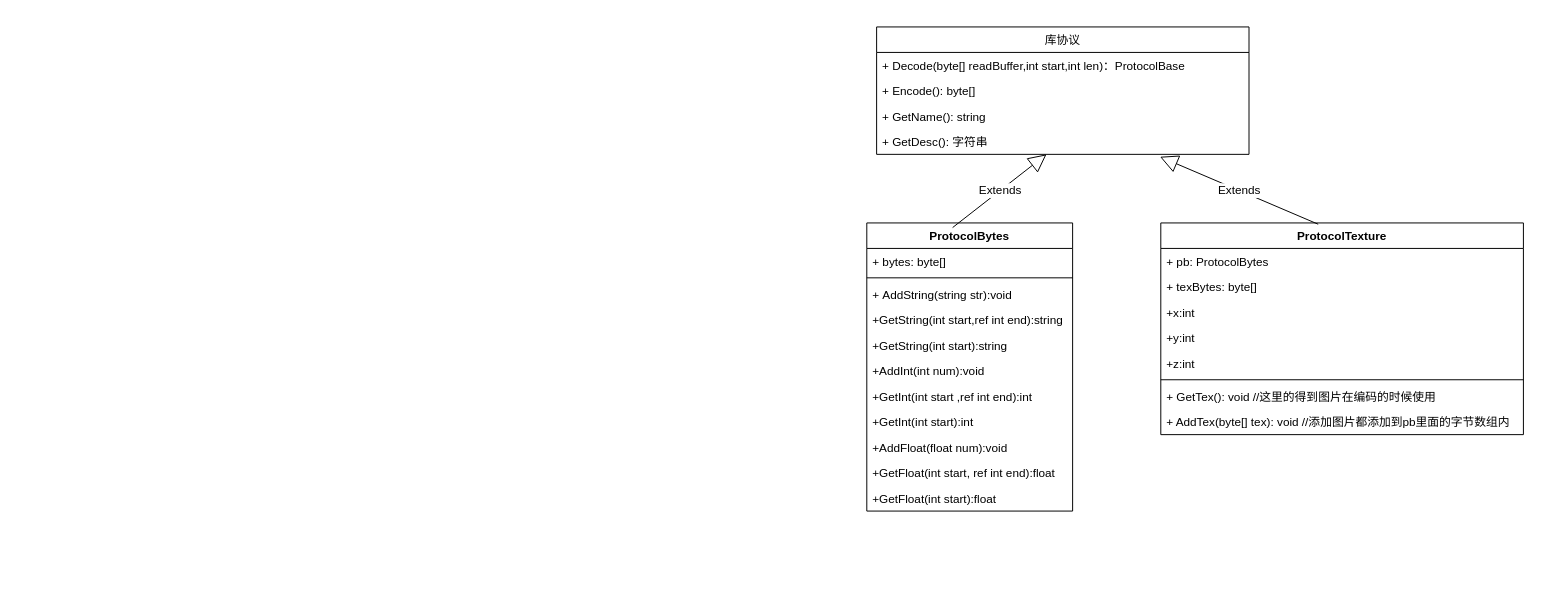
Earlier version of the draw.io diagram Untitled Diagram.drawio (UNANSWANG/Temp). Source tidied: cells renumbered, new cells numbered last; positions are measured from the earlier drawing's top-left corner, leaving out a move shared by most shapes. Both pictures are drawn from the tidied source at 98%, with x=0, y=0 at pixel (866, 26).
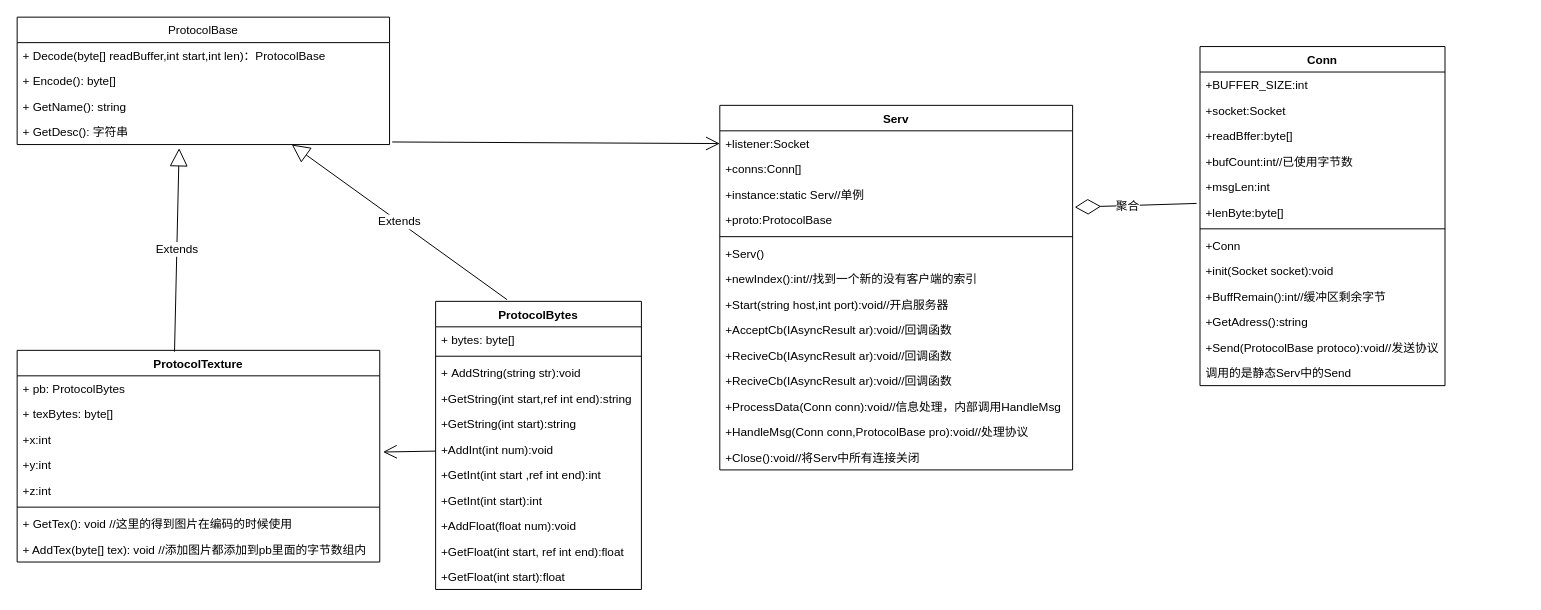
The same diagram, later.

The change refers to these unchanged cells:
```xml
<mxCell id="6" value="+ GetDesc(): 字符串" style="text;strokeColor=none;fillColor=none;align=left;verticalAlign=top;spacingLeft=4;spacingRight=4;overflow=hidden;points=[[0,0.5],[1,0.5]];portConstraint=eastwest;" parent="2" vertex="1">
  <mxGeometry y="104" width="380" height="26" as="geometry" />
</mxCell>
<mxCell id="13" value="+AddInt(int num):void" style="text;strokeColor=none;fillColor=none;align=left;verticalAlign=top;spacingLeft=4;spacingRight=4;overflow=hidden;points=[[0,0.5],[1,0.5]];portConstraint=eastwest;labelBackgroundColor=default;fontFamily=Helvetica;fontSize=12;fontColor=default;" parent="7" vertex="1">
  <mxGeometry y="138" width="210" height="26" as="geometry" />
</mxCell>
<mxCell id="24" value="+y:int" style="text;strokeColor=none;fillColor=none;align=left;verticalAlign=top;spacingLeft=4;spacingRight=4;overflow=hidden;points=[[0,0.5],[1,0.5]];portConstraint=eastwest;labelBackgroundColor=default;fontFamily=Helvetica;fontSize=12;fontColor=default;" parent="20" vertex="1">
  <mxGeometry y="104" width="370" height="26" as="geometry" />
</mxCell>
```

The edit, as a diff of the source:
```diff
@@
-    <mxCell id="2" value="库协议" style="swimlane;fontStyle=0;horizontal=1;startSize=26;fillColor=none;direction=east;" parent="1" vertex="1">
-      <mxGeometry x="10" width="380" height="130" as="geometry" />
+    <mxCell id="2" value="ProtocolBase" style="swimlane;fontStyle=0;horizontal=1;startSize=26;fillColor=none;direction=east;" parent="1" vertex="1">
+      <mxGeometry x="-867" y="-10" width="380" height="130" as="geometry" />
     </mxCell>
@@
     <mxCell id="7" value="ProtocolBytes" style="swimlane;fontStyle=1;align=center;verticalAlign=top;horizontal=1;startSize=26;labelBackgroundColor=default;fontFamily=Helvetica;fontSize=12;fontColor=default;strokeColor=default;strokeWidth=1;fillColor=none;" parent="1" vertex="1">
-      <mxGeometry y="200" width="210" height="294" as="geometry" />
+      <mxGeometry x="-440" y="280" width="210" height="294" as="geometry" />
     </mxCell>
@@
-    <mxCell id="19" value="Extends" style="endArrow=block;endSize=16;endFill=0;html=1;rounded=0;fontFamily=Helvetica;fontSize=12;fontColor=default;exitX=0.417;exitY=0.016;exitDx=0;exitDy=0;exitPerimeter=0;" parent="1" edge="1" source="7" target="6">
+    <mxCell id="19" value="Extends" style="endArrow=block;endSize=16;endFill=0;html=1;rounded=0;fontFamily=Helvetica;fontSize=12;fontColor=default;exitX=0.347;exitY=-0.006;exitDx=0;exitDy=0;exitPerimeter=0;" parent="1" edge="1" source="7" target="2">
       <mxGeometry relative="1" as="geometry" />
     </mxCell>
     <mxCell id="20" value="ProtocolTexture" style="swimlane;fontStyle=1;align=center;verticalAlign=top;horizontal=1;startSize=26;labelBackgroundColor=default;fontFamily=Helvetica;fontSize=12;fontColor=default;strokeColor=default;strokeWidth=1;fillColor=none;" parent="1" vertex="1">
-      <mxGeometry x="300" y="200" width="370" height="216" as="geometry" />
+      <mxGeometry x="-867" y="330" width="370" height="216" as="geometry" />
     </mxCell>
@@
-    <mxCell id="29" value="Extends" style="endArrow=block;endSize=16;endFill=0;html=1;rounded=0;fontFamily=Helvetica;fontSize=12;fontColor=default;exitX=0.434;exitY=0.006;exitDx=0;exitDy=0;exitPerimeter=0;entryX=0.761;entryY=1.094;entryDx=0;entryDy=0;entryPerimeter=0;" parent="1" edge="1" source="20" target="6">
+    <mxCell id="29" value="Extends" style="endArrow=block;endSize=16;endFill=0;html=1;rounded=0;fontFamily=Helvetica;fontSize=12;fontColor=default;exitX=0.434;exitY=0.006;exitDx=0;exitDy=0;exitPerimeter=0;entryX=0.435;entryY=1.143;entryDx=0;entryDy=0;entryPerimeter=0;" parent="1" edge="1" source="20" target="6">
       <mxGeometry relative="1" as="geometry" />
     </mxCell>
+    <mxCell id="30" value="Conn" style="swimlane;fontStyle=1;align=center;verticalAlign=top;horizontal=1;startSize=26;labelBackgroundColor=default;fontFamily=Helvetica;fontSize=12;fontColor=default;strokeColor=default;strokeWidth=1;fillColor=none;" parent="1" vertex="1">
+      <mxGeometry x="340" y="20" width="250" height="346" as="geometry" />
+    </mxCell>
+    <mxCell id="31" value="+BUFFER_SIZE:int" style="text;strokeColor=none;fillColor=none;align=left;verticalAlign=top;spacingLeft=4;spacingRight=4;overflow=hidden;labelBackgroundColor=default;fontFamily=Helvetica;fontSize=12;fontColor=default;" parent="30" vertex="1">
+      <mxGeometry y="26" width="250" height="26" as="geometry" />
+    </mxCell>
+    <mxCell id="32" value="+socket:Socket" style="text;strokeColor=none;fillColor=none;align=left;verticalAlign=top;spacingLeft=4;spacingRight=4;overflow=hidden;labelBackgroundColor=default;fontFamily=Helvetica;fontSize=12;fontColor=default;" parent="30" vertex="1">
+      <mxGeometry y="52" width="250" height="26" as="geometry" />
+    </mxCell>
+    <mxCell id="33" value="+readBffer:byte[]" style="text;strokeColor=none;fillColor=none;align=left;verticalAlign=top;spacingLeft=4;spacingRight=4;overflow=hidden;labelBackgroundColor=default;fontFamily=Helvetica;fontSize=12;fontColor=default;" parent="30" vertex="1">
+      <mxGeometry y="78" width="250" height="26" as="geometry" />
+    </mxCell>
+    <mxCell id="34" value="+bufCount:int//已使用字节数" style="text;strokeColor=none;fillColor=none;align=left;verticalAlign=top;spacingLeft=4;spacingRight=4;overflow=hidden;labelBackgroundColor=default;fontFamily=Helvetica;fontSize=12;fontColor=default;" parent="30" vertex="1">
+      <mxGeometry y="104" width="250" height="26" as="geometry" />
+    </mxCell>
+    <mxCell id="35" value="+msgLen:int" style="text;strokeColor=none;fillColor=none;align=left;verticalAlign=top;spacingLeft=4;spacingRight=4;overflow=hidden;points=[[0,0.5],[1,0.5]];portConstraint=eastwest;labelBackgroundColor=default;fontFamily=Helvetica;fontSize=12;fontColor=default;" parent="30" vertex="1">
+      <mxGeometry y="130" width="250" height="26" as="geometry" />
+    </mxCell>
+    <mxCell id="36" value="+lenByte:byte[]" style="text;strokeColor=none;fillColor=none;align=left;verticalAlign=top;spacingLeft=4;spacingRight=4;overflow=hidden;labelBackgroundColor=default;fontFamily=Helvetica;fontSize=12;fontColor=default;" parent="30" vertex="1">
+      <mxGeometry y="156" width="250" height="26" as="geometry" />
+    </mxCell>
+    <mxCell id="37" style="line;strokeWidth=1;fillColor=none;align=left;verticalAlign=middle;spacingTop=-1;spacingLeft=3;spacingRight=3;labelPosition=right;labelBackgroundColor=default;fontFamily=Helvetica;fontSize=12;fontColor=default;" parent="30" vertex="1">
+      <mxGeometry y="182" width="250" height="8" as="geometry" />
+    </mxCell>
+    <mxCell id="38" value="+Conn" style="text;strokeColor=none;fillColor=none;align=left;verticalAlign=top;spacingLeft=4;spacingRight=4;overflow=hidden;labelBackgroundColor=default;fontFamily=Helvetica;fontSize=12;fontColor=default;" parent="30" vertex="1">
+      <mxGeometry y="190" width="250" height="26" as="geometry" />
+    </mxCell>
+    <mxCell id="39" value="+init(Socket socket):void" style="text;strokeColor=none;fillColor=none;align=left;verticalAlign=top;spacingLeft=4;spacingRight=4;overflow=hidden;labelBackgroundColor=default;fontFamily=Helvetica;fontSize=12;fontColor=default;" parent="30" vertex="1">
+      <mxGeometry y="216" width="250" height="26" as="geometry" />
+    </mxCell>
+    <mxCell id="40" value="+BuffRemain():int//缓冲区剩余字节" style="text;strokeColor=none;fillColor=none;align=left;verticalAlign=top;spacingLeft=4;spacingRight=4;overflow=hidden;labelBackgroundColor=default;fontFamily=Helvetica;fontSize=12;fontColor=default;" parent="30" vertex="1">
+      <mxGeometry y="242" width="250" height="26" as="geometry" />
+    </mxCell>
+    <mxCell id="41" value="+GetAdress():string" style="text;strokeColor=none;fillColor=none;align=left;verticalAlign=top;spacingLeft=4;spacingRight=4;overflow=hidden;labelBackgroundColor=default;fontFamily=Helvetica;fontSize=12;fontColor=default;" parent="30" vertex="1">
+      <mxGeometry y="268" width="250" height="26" as="geometry" />
+    </mxCell>
+    <mxCell id="42" value="+Send(ProtocolBase protoco):void//发送协议&#10;" style="text;strokeColor=none;fillColor=none;align=left;verticalAlign=top;spacingLeft=4;spacingRight=4;overflow=hidden;labelBackgroundColor=default;fontFamily=Helvetica;fontSize=12;fontColor=default;" parent="30" vertex="1">
+      <mxGeometry y="294" width="250" height="26" as="geometry" />
+    </mxCell>
+    <mxCell id="43" value="调用的是静态Serv中的Send" style="text;strokeColor=none;fillColor=none;align=left;verticalAlign=top;spacingLeft=4;spacingRight=4;overflow=hidden;labelBackgroundColor=default;fontFamily=Helvetica;fontSize=12;fontColor=default;" parent="30" vertex="1">
+      <mxGeometry y="320" width="250" height="26" as="geometry" />
+    </mxCell>
+    <mxCell id="44" value="Serv&#10;" style="swimlane;fontStyle=1;align=center;verticalAlign=top;horizontal=1;startSize=26;labelBackgroundColor=default;fontFamily=Helvetica;fontSize=12;fontColor=default;strokeColor=default;strokeWidth=1;fillColor=none;" parent="1" vertex="1">
+      <mxGeometry x="-150" y="80" width="360" height="372" as="geometry" />
+    </mxCell>
+    <mxCell id="45" value="+listener:Socket" style="text;strokeColor=none;fillColor=none;align=left;verticalAlign=top;spacingLeft=4;spacingRight=4;overflow=hidden;points=[[0,0.5],[1,0.5]];portConstraint=eastwest;labelBackgroundColor=default;fontFamily=Helvetica;fontSize=12;fontColor=default;" parent="44" vertex="1">
+      <mxGeometry y="26" width="360" height="26" as="geometry" />
+    </mxCell>
+    <mxCell id="46" value="+conns:Conn[]" style="text;strokeColor=none;fillColor=none;align=left;verticalAlign=top;spacingLeft=4;spacingRight=4;overflow=hidden;labelBackgroundColor=default;fontFamily=Helvetica;fontSize=12;fontColor=default;" parent="44" vertex="1">
+      <mxGeometry y="52" width="360" height="26" as="geometry" />
+    </mxCell>
+    <mxCell id="47" value="+instance:static Serv//单例" style="text;strokeColor=none;fillColor=none;align=left;verticalAlign=top;spacingLeft=4;spacingRight=4;overflow=hidden;points=[[0,0.5],[1,0.5]];portConstraint=eastwest;labelBackgroundColor=default;fontFamily=Helvetica;fontSize=12;fontColor=default;" parent="44" vertex="1">
+      <mxGeometry y="78" width="360" height="26" as="geometry" />
+    </mxCell>
+    <mxCell id="48" value="+proto:ProtocolBase" style="text;strokeColor=none;fillColor=none;align=left;verticalAlign=top;spacingLeft=4;spacingRight=4;overflow=hidden;labelBackgroundColor=default;fontFamily=Helvetica;fontSize=12;fontColor=default;" parent="44" vertex="1">
+      <mxGeometry y="104" width="360" height="26" as="geometry" />
+    </mxCell>
+    <mxCell id="49" style="line;strokeWidth=1;fillColor=none;align=left;verticalAlign=middle;spacingTop=-1;spacingLeft=3;spacingRight=3;labelPosition=right;labelBackgroundColor=default;fontFamily=Helvetica;fontSize=12;fontColor=default;" parent="44" vertex="1">
+      <mxGeometry y="130" width="360" height="8" as="geometry" />
+    </mxCell>
+    <mxCell id="50" value="+Serv()" style="text;strokeColor=none;fillColor=none;align=left;verticalAlign=top;spacingLeft=4;spacingRight=4;overflow=hidden;labelBackgroundColor=default;fontFamily=Helvetica;fontSize=12;fontColor=default;" parent="44" vertex="1">
+      <mxGeometry y="138" width="360" height="26" as="geometry" />
+    </mxCell>
+    <mxCell id="51" value="+newIndex():int//找到一个新的没有客户端的索引" style="text;strokeColor=none;fillColor=none;align=left;verticalAlign=top;spacingLeft=4;spacingRight=4;overflow=hidden;labelBackgroundColor=default;fontFamily=Helvetica;fontSize=12;fontColor=default;" parent="44" vertex="1">
+      <mxGeometry y="164" width="360" height="26" as="geometry" />
+    </mxCell>
+    <mxCell id="52" value="+Start(string host,int port):void//开启服务器" style="text;strokeColor=none;fillColor=none;align=left;verticalAlign=top;spacingLeft=4;spacingRight=4;overflow=hidden;labelBackgroundColor=default;fontFamily=Helvetica;fontSize=12;fontColor=default;" parent="44" vertex="1">
+      <mxGeometry y="190" width="360" height="26" as="geometry" />
+    </mxCell>
+    <mxCell id="53" value="+AcceptCb(IAsyncResult ar):void//回调函数" style="text;strokeColor=none;fillColor=none;align=left;verticalAlign=top;spacingLeft=4;spacingRight=4;overflow=hidden;labelBackgroundColor=default;fontFamily=Helvetica;fontSize=12;fontColor=default;" parent="44" vertex="1">
+      <mxGeometry y="216" width="360" height="26" as="geometry" />
+    </mxCell>
+    <mxCell id="54" value="+ReciveCb(IAsyncResult ar):void//回调函数" style="text;strokeColor=none;fillColor=none;align=left;verticalAlign=top;spacingLeft=4;spacingRight=4;overflow=hidden;labelBackgroundColor=default;fontFamily=Helvetica;fontSize=12;fontColor=default;" parent="44" vertex="1">
+      <mxGeometry y="242" width="360" height="26" as="geometry" />
+    </mxCell>
+    <mxCell id="55" value="+ReciveCb(IAsyncResult ar):void//回调函数" style="text;strokeColor=none;fillColor=none;align=left;verticalAlign=top;spacingLeft=4;spacingRight=4;overflow=hidden;labelBackgroundColor=default;fontFamily=Helvetica;fontSize=12;fontColor=default;" parent="44" vertex="1">
+      <mxGeometry y="268" width="360" height="26" as="geometry" />
+    </mxCell>
+    <mxCell id="56" value="+ProcessData(Conn conn):void//信息处理，内部调用HandleMsg" style="text;strokeColor=none;fillColor=none;align=left;verticalAlign=top;spacingLeft=4;spacingRight=4;overflow=hidden;labelBackgroundColor=default;fontFamily=Helvetica;fontSize=12;fontColor=default;" parent="44" vertex="1">
+      <mxGeometry y="294" width="360" height="26" as="geometry" />
+    </mxCell>
+    <mxCell id="57" value="+HandleMsg(Conn conn,ProtocolBase pro):void//处理协议" style="text;strokeColor=none;fillColor=none;align=left;verticalAlign=top;spacingLeft=4;spacingRight=4;overflow=hidden;labelBackgroundColor=default;fontFamily=Helvetica;fontSize=12;fontColor=default;" parent="44" vertex="1">
+      <mxGeometry y="320" width="360" height="26" as="geometry" />
+    </mxCell>
+    <mxCell id="58" value="+Close():void//将Serv中所有连接关闭" style="text;strokeColor=none;fillColor=none;align=left;verticalAlign=top;spacingLeft=4;spacingRight=4;overflow=hidden;labelBackgroundColor=default;fontFamily=Helvetica;fontSize=12;fontColor=default;" parent="44" vertex="1">
+      <mxGeometry y="346" width="360" height="26" as="geometry" />
+    </mxCell>
+    <mxCell id="59" style="endArrow=open;endFill=1;endSize=12;html=1;rounded=0;fontFamily=Helvetica;fontSize=12;fontColor=default;entryX=1.009;entryY=-0.01;entryDx=0;entryDy=0;entryPerimeter=0;" parent="1" edge="1" source="13" target="24">
+      <mxGeometry relative="1" as="geometry" />
+    </mxCell>
+    <mxCell id="60" style="endArrow=diamondThin;endFill=0;endSize=24;html=1;rounded=0;fontFamily=Helvetica;fontSize=12;fontColor=default;exitX=-0.014;exitY=1.157;exitDx=0;exitDy=0;exitPerimeter=0;entryX=1.006;entryY=0.997;entryDx=0;entryDy=0;entryPerimeter=0;" parent="1" edge="1" source="35" target="47">
+      <mxGeometry relative="1" as="geometry" />
+    </mxCell>
+    <mxCell id="61" value="聚合" style="edgeLabel;html=1;align=center;verticalAlign=middle;fontSize=12;fontFamily=Helvetica;fontColor=default;" parent="60" vertex="1">
+      <mxGeometry x="0.14" relative="1" as="geometry" />
+    </mxCell>
+    <mxCell id="62" style="endArrow=open;endFill=1;endSize=12;html=1;rounded=0;fontFamily=Helvetica;fontSize=12;fontColor=default;exitX=1.007;exitY=0.899;exitDx=0;exitDy=0;exitPerimeter=0;entryX=0;entryY=0.5;entryDx=0;entryDy=0;" parent="1" edge="1" source="6" target="45">
+      <mxGeometry relative="1" as="geometry" />
+    </mxCell>
```
